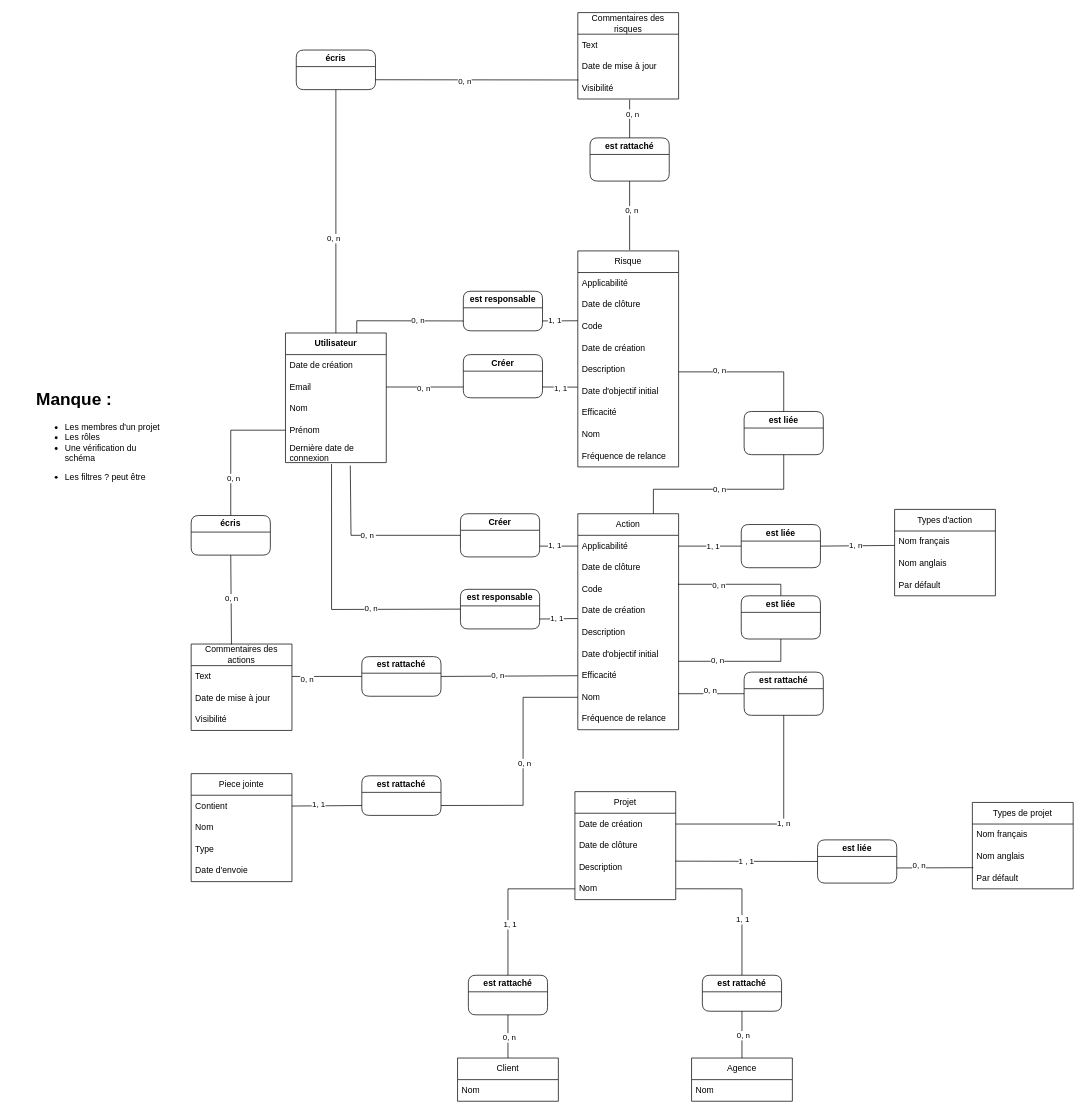
The draw.io diagram mcd.drawio in AlexandreLefay/GDR-CDA.draw.io, before the edit. Source tidied: cells renumbered, new cells numbered last; positions are measured from the earlier drawing's top-left corner, leaving out a move shared by most shapes. Both pictures are drawn from the tidied source at 72%, with x=0, y=0 at pixel (35, 12).
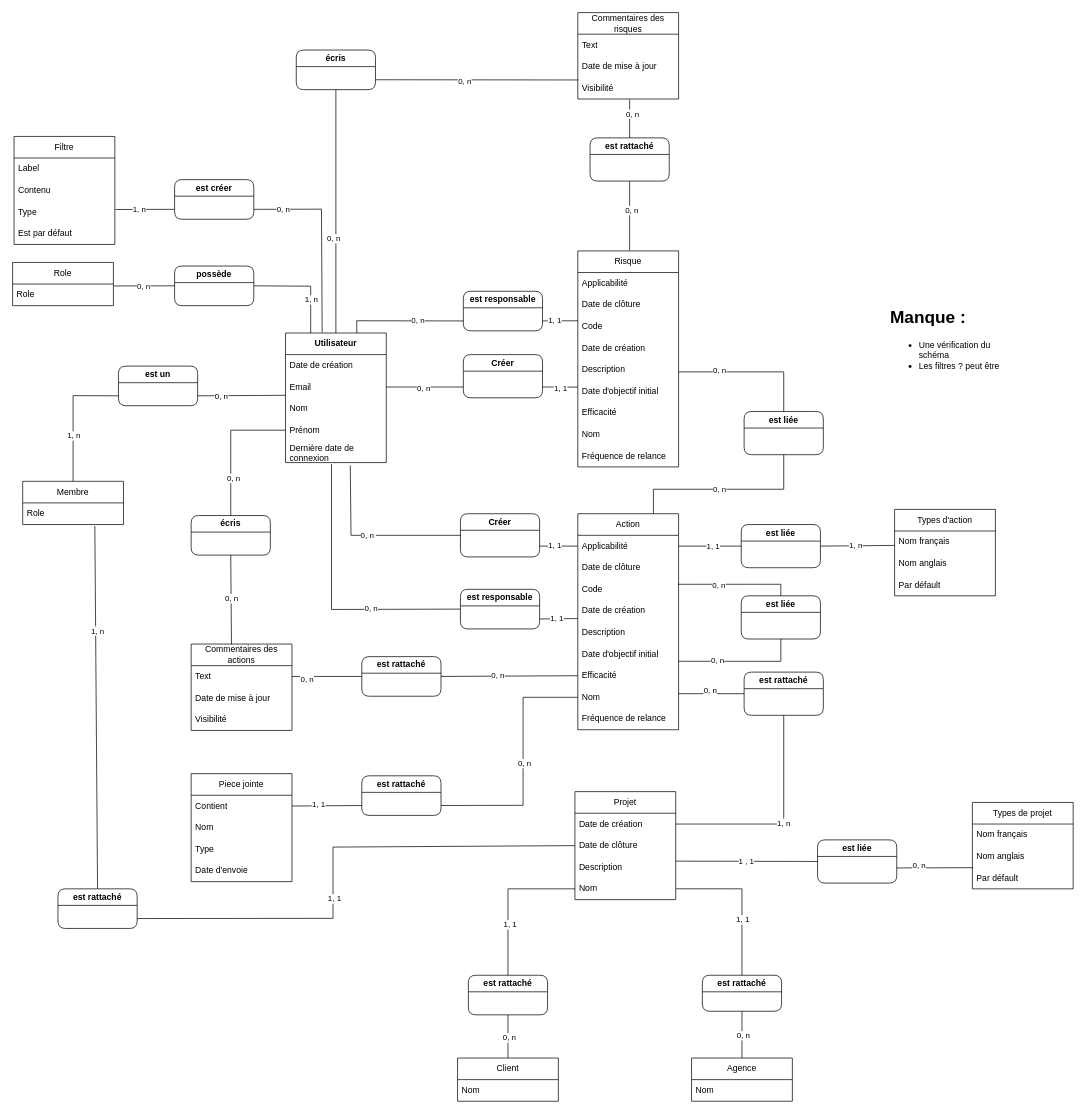
Above is the later version.

Commit message:
ajout filtre et membre mcd.drawio

Unchanged cells that the change refers to:
```xml
<mxCell id="7" value="&lt;b&gt;Utilisateur&lt;/b&gt;" style="swimlane;fontStyle=0;horizontal=1;startSize=30;whiteSpace=wrap;html=1;" parent="1" vertex="1">
  <mxGeometry x="348" y="445" width="140" height="180" as="geometry" />
</mxCell>
<mxCell id="9" value="Email" style="text;strokeColor=none;fillColor=none;align=left;verticalAlign=middle;spacingLeft=4;spacingRight=4;overflow=hidden;points=[[0,0.5],[1,0.5]];portConstraint=eastwest;whiteSpace=wrap;html=1;" parent="7" vertex="1">
  <mxGeometry y="60" width="140" height="30" as="geometry" />
</mxCell>
<mxCell id="39" value="Date de clôture" style="text;strokeColor=none;fillColor=none;align=left;verticalAlign=middle;spacingLeft=4;spacingRight=4;overflow=hidden;points=[[0,0.5],[1,0.5]];portConstraint=eastwest;whiteSpace=wrap;html=1;" parent="37" vertex="1">
  <mxGeometry y="60" width="140" height="30" as="geometry" />
</mxCell>
```

The edit, as a diff of the source:
```diff
@@
-    <mxCell id="136" value="&lt;h1 style=&quot;margin-top: 0px;&quot;&gt;Manque :&amp;nbsp;&lt;/h1&gt;&lt;p&gt;&lt;/p&gt;&lt;ul&gt;&lt;li&gt;Les membres d'un projet&lt;/li&gt;&lt;li&gt;Les rôles&lt;/li&gt;&lt;li&gt;Une vérification du schéma&amp;nbsp;&lt;p style=&quot;forced-color-adjust: none; color: rgb(0, 0, 0); font-family: Helvetica; font-size: 12px; font-style: normal; font-variant-ligatures: normal; font-variant-caps: normal; font-weight: 400; letter-spacing: normal; orphans: 2; text-align: left; text-indent: 0px; text-transform: none; widows: 2; word-spacing: 0px; -webkit-text-stroke-width: 0px; white-space: normal; background-color: rgb(251, 251, 251); text-decoration-thickness: initial; text-decoration-style: initial; text-decoration-color: initial;&quot;&gt;&lt;/p&gt;&lt;/li&gt;&lt;li&gt;Les filtres ? peut être&lt;/li&gt;&lt;/ul&gt;&lt;p&gt;&lt;/p&gt;" style="text;html=1;whiteSpace=wrap;overflow=hidden;rounded=0;" parent="1" vertex="1">
-      <mxGeometry y="517" width="180" height="182" as="geometry" />
+    <mxCell id="136" value="&lt;h1 style=&quot;margin-top: 0px;&quot;&gt;Manque :&amp;nbsp;&lt;/h1&gt;&lt;p&gt;&lt;/p&gt;&lt;ul&gt;&lt;li&gt;&lt;span style=&quot;background-color: initial;&quot;&gt;Une vérification du schéma&amp;nbsp;&lt;/span&gt;&lt;br&gt;&lt;/li&gt;&lt;li&gt;Les filtres ? peut être&lt;p style=&quot;forced-color-adjust: none; color: rgb(0, 0, 0); font-family: Helvetica; font-size: 12px; font-style: normal; font-variant-ligatures: normal; font-variant-caps: normal; font-weight: 400; letter-spacing: normal; orphans: 2; text-align: left; text-indent: 0px; text-transform: none; widows: 2; word-spacing: 0px; -webkit-text-stroke-width: 0px; white-space: normal; background-color: rgb(251, 251, 251); text-decoration-thickness: initial; text-decoration-style: initial; text-decoration-color: initial;&quot;&gt;&lt;/p&gt;&lt;/li&gt;&lt;/ul&gt;&lt;p&gt;&lt;/p&gt;" style="text;html=1;whiteSpace=wrap;overflow=hidden;rounded=0;" parent="1" vertex="1">
+      <mxGeometry x="1186" y="403" width="180" height="182" as="geometry" />
     </mxCell>
+    <mxCell id="137" value="Membre" style="swimlane;fontStyle=0;horizontal=1;startSize=30;whiteSpace=wrap;html=1;" parent="1" vertex="1">
+      <mxGeometry x="-17" y="651" width="140" height="60" as="geometry" />
+    </mxCell>
+    <mxCell id="138" value="Role&amp;nbsp;" style="text;strokeColor=none;fillColor=none;align=left;verticalAlign=middle;spacingLeft=4;spacingRight=4;overflow=hidden;points=[[0,0.5],[1,0.5]];portConstraint=eastwest;whiteSpace=wrap;html=1;" parent="137" vertex="1">
+      <mxGeometry y="30" width="140" height="30" as="geometry" />
+    </mxCell>
+    <mxCell id="139" style="endArrow=none;html=1;rounded=0;entryX=0;entryY=0.75;entryDx=0;entryDy=0;exitX=0.5;exitY=0;exitDx=0;exitDy=0;" parent="1" edge="1" source="137" target="141">
+      <mxGeometry relative="1" as="geometry">
+        <Array as="points">
+          <mxPoint x="53" y="532" />
+        </Array>
+      </mxGeometry>
+    </mxCell>
+    <mxCell id="140" value="1, n" style="edgeLabel;html=1;align=center;verticalAlign=middle;" parent="139" vertex="1">
+      <mxGeometry x="-0.3" relative="1" as="geometry" />
+    </mxCell>
+    <mxCell id="141" value="est un" style="swimlane;whiteSpace=wrap;html=1;rounded=1;" parent="1" vertex="1">
+      <mxGeometry x="116" y="491" width="110" height="55" as="geometry" />
+    </mxCell>
+    <mxCell id="142" style="endArrow=none;html=1;rounded=0;entryX=0.001;entryY=0.884;entryDx=0;entryDy=0;exitX=1;exitY=0.75;exitDx=0;exitDy=0;entryPerimeter=0;" parent="1" edge="1" source="141" target="9">
+      <mxGeometry relative="1" as="geometry" />
+    </mxCell>
+    <mxCell id="143" value="0, n" style="edgeLabel;html=1;align=center;verticalAlign=middle;" parent="142" vertex="1">
+      <mxGeometry x="-0.46" relative="1" as="geometry" />
+    </mxCell>
+    <mxCell id="144" value="est rattaché" style="swimlane;whiteSpace=wrap;html=1;rounded=1;" parent="1" vertex="1">
+      <mxGeometry x="32" y="1217" width="110" height="55" as="geometry" />
+    </mxCell>
+    <mxCell id="145" style="endArrow=none;html=1;rounded=0;entryX=0;entryY=0.5;entryDx=0;entryDy=0;exitX=1;exitY=0.75;exitDx=0;exitDy=0;" parent="1" edge="1" source="144" target="39">
+      <mxGeometry relative="1" as="geometry">
+        <Array as="points">
+          <mxPoint x="414" y="1258" />
+          <mxPoint x="414" y="1159" />
+        </Array>
+      </mxGeometry>
+    </mxCell>
+    <mxCell id="146" value="1, 1" style="edgeLabel;html=1;align=center;verticalAlign=middle;" parent="145" vertex="1">
+      <mxGeometry x="-0.15" y="-1" relative="1" as="geometry" />
+    </mxCell>
+    <mxCell id="147" style="endArrow=none;html=1;rounded=0;exitX=0.5;exitY=0;exitDx=0;exitDy=0;entryX=0.716;entryY=1.067;entryDx=0;entryDy=0;entryPerimeter=0;" parent="1" edge="1" source="144" target="138">
+      <mxGeometry relative="1" as="geometry" />
+    </mxCell>
+    <mxCell id="148" value="1, n" style="edgeLabel;html=1;align=center;verticalAlign=middle;" parent="147" vertex="1">
+      <mxGeometry x="0.42" y="-2" relative="1" as="geometry" />
+    </mxCell>
+    <mxCell id="149" value="possède" style="swimlane;whiteSpace=wrap;html=1;rounded=1;" parent="1" vertex="1">
+      <mxGeometry x="194" y="352" width="110" height="55" as="geometry" />
+    </mxCell>
+    <mxCell id="150" value="Role" style="swimlane;fontStyle=0;horizontal=1;startSize=30;whiteSpace=wrap;html=1;" parent="1" vertex="1">
+      <mxGeometry x="-31" y="347" width="140" height="60" as="geometry" />
+    </mxCell>
+    <mxCell id="151" value="Role&amp;nbsp;" style="text;strokeColor=none;fillColor=none;align=left;verticalAlign=middle;spacingLeft=4;spacingRight=4;overflow=hidden;points=[[0,0.5],[1,0.5]];portConstraint=eastwest;whiteSpace=wrap;html=1;" parent="150" vertex="1">
+      <mxGeometry y="30" width="140" height="30" as="geometry" />
+    </mxCell>
+    <mxCell id="152" style="endArrow=none;html=1;rounded=0;exitX=1;exitY=0.5;exitDx=0;exitDy=0;entryX=0.25;entryY=0;entryDx=0;entryDy=0;" parent="1" edge="1" source="149" target="7">
+      <mxGeometry relative="1" as="geometry">
+        <Array as="points">
+          <mxPoint x="383" y="380" />
+        </Array>
+      </mxGeometry>
+    </mxCell>
+    <mxCell id="153" value="1, n" style="edgeLabel;html=1;align=center;verticalAlign=middle;" parent="152" vertex="1">
+      <mxGeometry x="0.36" relative="1" as="geometry" />
+    </mxCell>
+    <mxCell id="154" value="0, n" style="endArrow=none;html=1;rounded=0;entryX=0;entryY=0.5;entryDx=0;entryDy=0;exitX=1.001;exitY=0.089;exitDx=0;exitDy=0;exitPerimeter=0;" parent="1" edge="1" source="151" target="149">
+      <mxGeometry relative="1" as="geometry" />
+    </mxCell>
+    <mxCell id="155" value="est créer" style="swimlane;whiteSpace=wrap;html=1;rounded=1;" parent="1" vertex="1">
+      <mxGeometry x="194" y="232" width="110" height="55" as="geometry" />
+    </mxCell>
+    <mxCell id="156" value="Filtre" style="swimlane;fontStyle=0;horizontal=1;startSize=30;whiteSpace=wrap;html=1;" parent="1" vertex="1">
+      <mxGeometry x="-29" y="172" width="140" height="150" as="geometry" />
+    </mxCell>
+    <mxCell id="157" value="Label" style="text;strokeColor=none;fillColor=none;align=left;verticalAlign=middle;spacingLeft=4;spacingRight=4;overflow=hidden;whiteSpace=wrap;html=1;" parent="156" vertex="1">
+      <mxGeometry y="30" width="140" height="30" as="geometry" />
+    </mxCell>
+    <mxCell id="158" value="Contenu" style="text;strokeColor=none;fillColor=none;align=left;verticalAlign=middle;spacingLeft=4;spacingRight=4;overflow=hidden;whiteSpace=wrap;html=1;" parent="156" vertex="1">
+      <mxGeometry y="60" width="140" height="30" as="geometry" />
+    </mxCell>
+    <mxCell id="159" value="Type" style="text;strokeColor=none;fillColor=none;align=left;verticalAlign=middle;spacingLeft=4;spacingRight=4;overflow=hidden;points=[[0,0.5],[1,0.5]];portConstraint=eastwest;whiteSpace=wrap;html=1;" parent="156" vertex="1">
+      <mxGeometry y="90" width="140" height="30" as="geometry" />
+    </mxCell>
+    <mxCell id="160" value="Est par défaut" style="text;strokeColor=none;fillColor=none;align=left;verticalAlign=middle;spacingLeft=4;spacingRight=4;overflow=hidden;whiteSpace=wrap;html=1;" parent="156" vertex="1">
+      <mxGeometry y="120" width="140" height="30" as="geometry" />
+    </mxCell>
+    <mxCell id="161" style="endArrow=none;html=1;rounded=0;entryX=0;entryY=0.75;entryDx=0;entryDy=0;exitX=1.005;exitY=0.382;exitDx=0;exitDy=0;exitPerimeter=0;" parent="1" edge="1" source="159" target="155">
+      <mxGeometry relative="1" as="geometry" />
+    </mxCell>
+    <mxCell id="162" value="1, n" style="edgeLabel;html=1;align=center;verticalAlign=middle;" parent="161" vertex="1">
+      <mxGeometry x="-0.21" relative="1" as="geometry" />
+    </mxCell>
+    <mxCell id="163" style="endArrow=none;html=1;rounded=0;entryX=0.364;entryY=-0.005;entryDx=0;entryDy=0;entryPerimeter=0;exitX=1;exitY=0.75;exitDx=0;exitDy=0;" parent="1" edge="1" source="155" target="7">
+      <mxGeometry relative="1" as="geometry">
+        <Array as="points">
+          <mxPoint x="398" y="273" />
+        </Array>
+      </mxGeometry>
+    </mxCell>
+    <mxCell id="164" value="0, n" style="edgeLabel;html=1;align=center;verticalAlign=middle;" parent="163" vertex="1">
+      <mxGeometry x="-0.69" relative="1" as="geometry" />
+    </mxCell>
```
